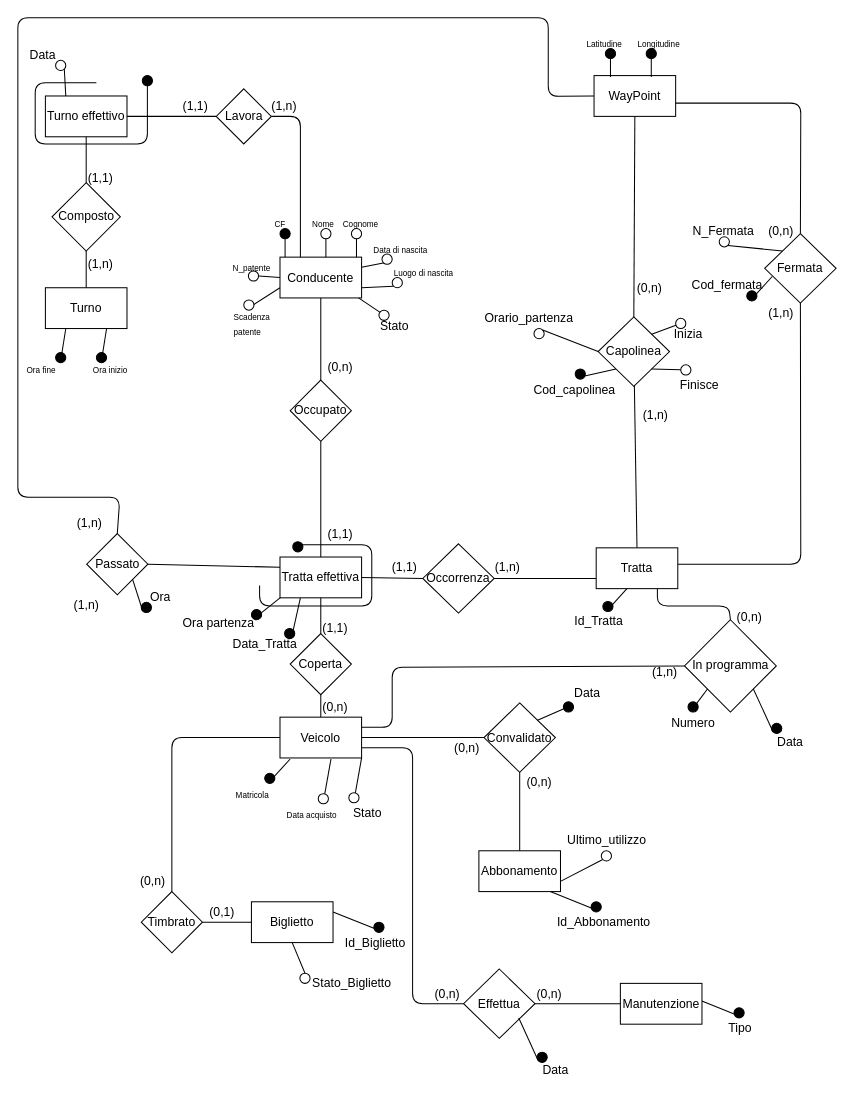
This is Secondo ER ottimizzato.drawio from Ivan-Palm/Progetto-Basi-di-Dati, a draw.io file, before an edit. Source tidied: cells renumbered, new cells numbered last; positions are measured from the earlier drawing's top-left corner, leaving out a move shared by most shapes. Both pictures are drawn from the tidied source at 102%, with x=0, y=0 at pixel (17, 17).
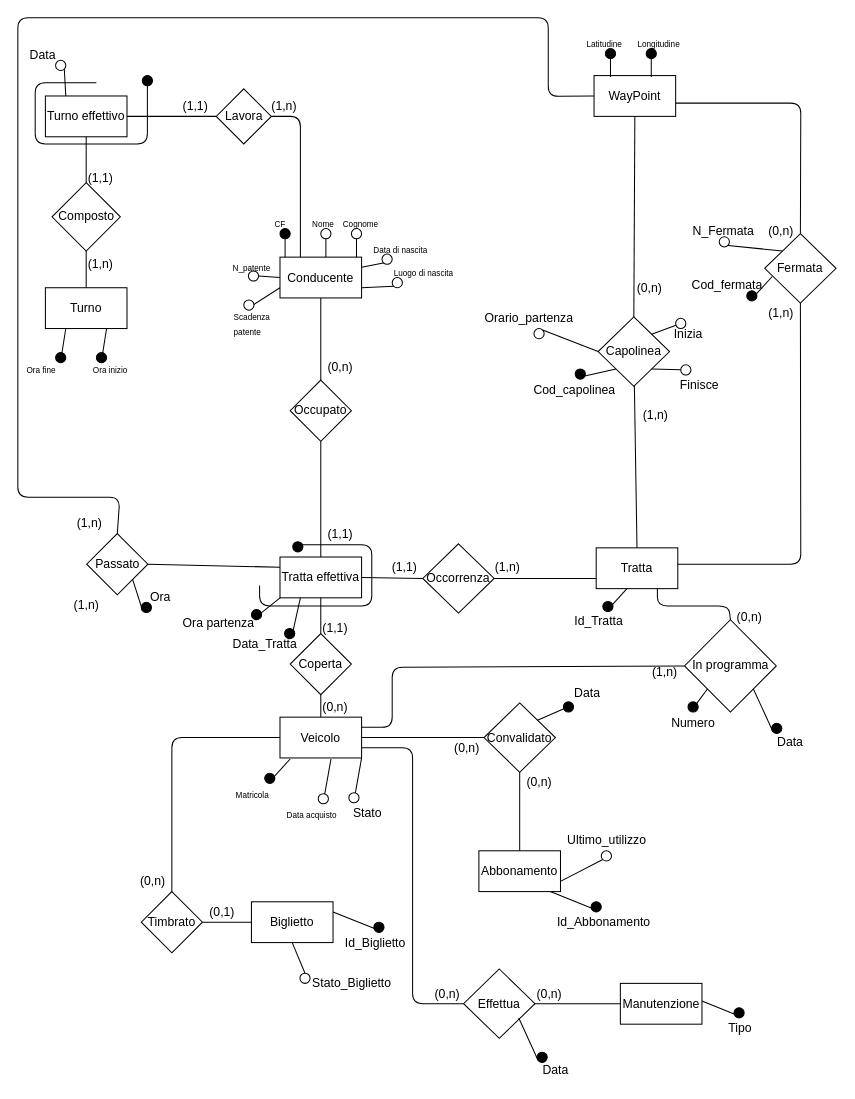
After the change.

Commit message (it also covers changes not shown here):
Aggiornato: Modelli ER.docx Secondo ER ottimizzato.drawio SistemaTrasportoPubblico.mwb template-progetto.docx Traccia.docx

Change to the diagram source:
```diff
@@
-    <mxCell id="177" style="endArrow=none;html=1;fillColor=#000000;exitX=1;exitY=1;exitDx=0;exitDy=0;" parent="1" edge="1">
-      <mxGeometry relative="1" as="geometry">
-        <mxPoint x="334" y="274.6" as="sourcePoint" />
-        <mxPoint x="357" y="290" as="targetPoint" />
-      </mxGeometry>
-    </mxCell>
-    <mxCell id="178" style="ellipse;whiteSpace=wrap;html=1;fillColor=#FFFFFF;" parent="1" vertex="1">
-      <mxGeometry x="354" y="286.6" width="10" height="10" as="geometry" />
-    </mxCell>
-    <mxCell id="179" value="Stato" style="text;html=1;align=center;verticalAlign=middle;" parent="1" vertex="1">
-      <mxGeometry x="349" y="292.6" width="40" height="20" as="geometry" />
-    </mxCell>
```
